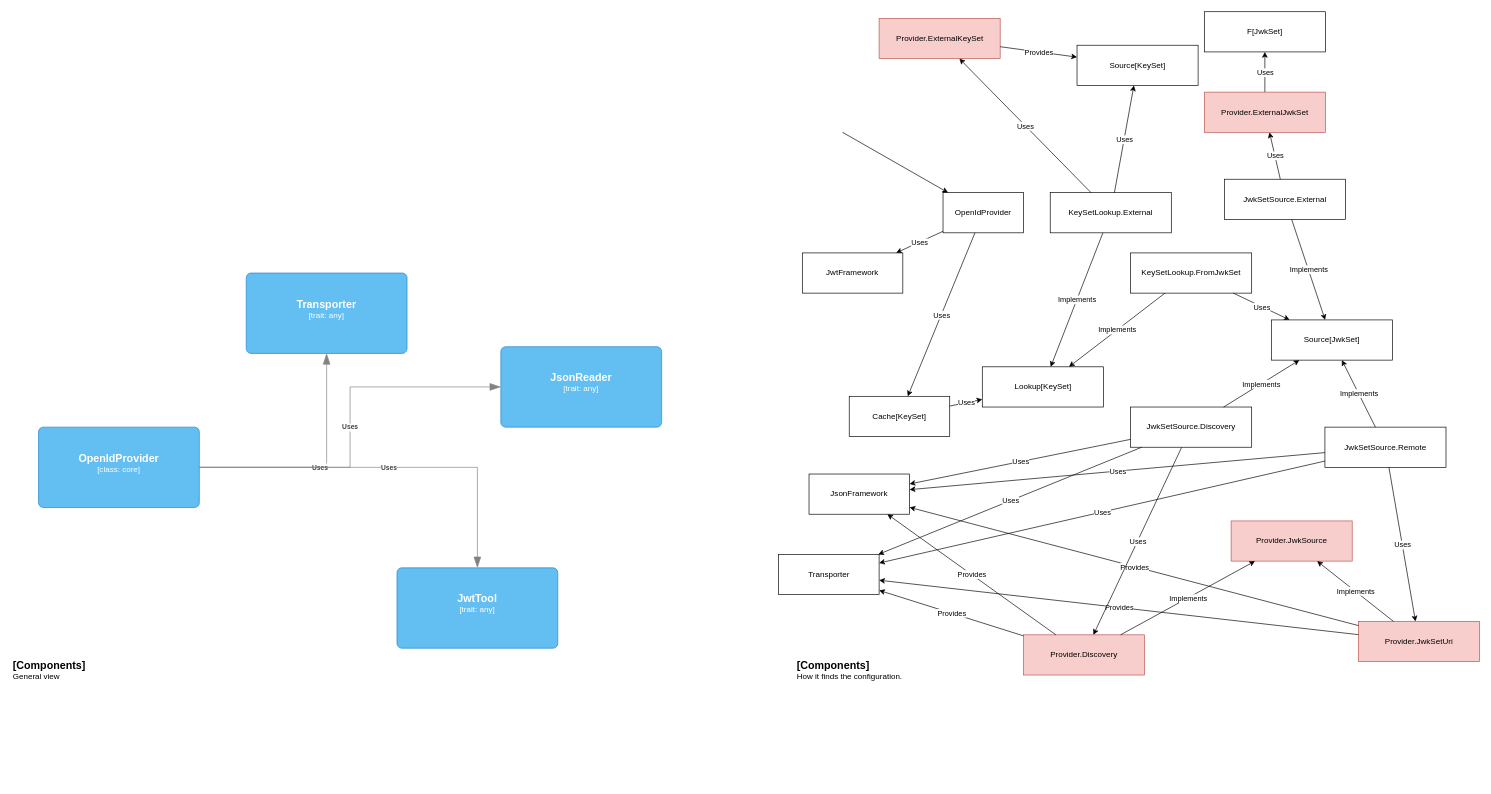
Above: doc.drawio in estrondo/moidc4s (draw.io), before the change. Source tidied: cells renumbered, new cells numbered last; positions are measured from the earlier drawing's top-left corner, leaving out a move shared by most shapes. Both pictures are drawn from the tidied source at 67%, with x=0, y=0 at pixel (11, 11).
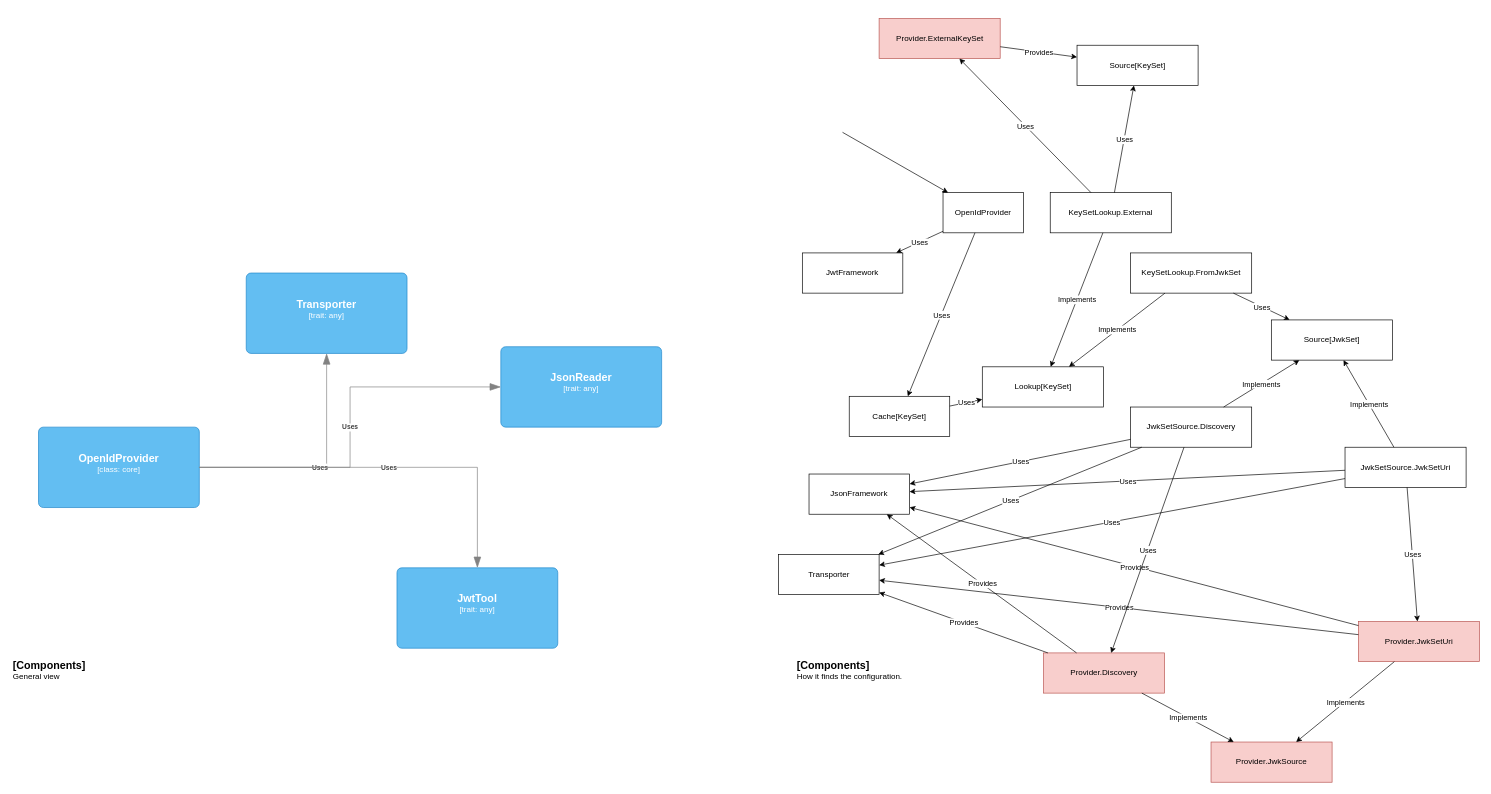
The same diagram, later.

The change refers to these unchanged cells:
```xml
<mxCell id="46" value="Source[JwkSet]" style="rounded=0;whiteSpace=wrap;html=1;" parent="1" vertex="1">
  <mxGeometry x="1880" y="460" width="180.7" height="60" as="geometry" />
</mxCell>
```

Diff of the diagram source:
```diff
@@
-    <mxCell id="25" value="JwkSetSource.External" style="rounded=0;whiteSpace=wrap;html=1;" parent="1" vertex="1">
-      <mxGeometry x="1810" y="250" width="180.7" height="60" as="geometry" />
-    </mxCell>
@@
-    <mxCell id="28" value="F[JwkSet]" style="rounded=0;whiteSpace=wrap;html=1;" parent="1" vertex="1">
-      <mxGeometry x="1780" width="180.7" height="60" as="geometry" />
-    </mxCell>
-    <mxCell id="29" style="endArrow=classic;html=1;rounded=0;" parent="1" edge="1" source="40" target="28">
-      <mxGeometry relative="1" as="geometry" />
-    </mxCell>
-    <mxCell id="30" value="Uses" style="edgeLabel;html=1;align=center;verticalAlign=middle;" parent="29" vertex="1">
-      <mxGeometry relative="1" as="geometry" />
-    </mxCell>
@@
     <mxCell id="38" value="Provider.Discovery" style="rounded=0;whiteSpace=wrap;html=1;fillColor=#f8cecc;strokeColor=#b85450;" parent="1" vertex="1">
-      <mxGeometry x="1510" y="930" width="180.7" height="60" as="geometry" />
+      <mxGeometry x="1540" y="957" width="180.7" height="60" as="geometry" />
     </mxCell>
@@
-    <mxCell id="40" value="Provider.ExternalJwkSet" style="rounded=0;whiteSpace=wrap;html=1;fillColor=#f8cecc;strokeColor=#b85450;" parent="1" vertex="1">
-      <mxGeometry x="1780" y="120" width="180.7" height="60" as="geometry" />
-    </mxCell>
-    <mxCell id="41" style="endArrow=classic;html=1;rounded=0;" parent="1" edge="1" source="25" target="40">
-      <mxGeometry relative="1" as="geometry" />
-    </mxCell>
-    <mxCell id="42" value="Uses" style="edgeLabel;html=1;align=center;verticalAlign=middle;" parent="41" vertex="1">
-      <mxGeometry relative="1" as="geometry" />
-    </mxCell>
@@
-    <mxCell id="47" style="endArrow=classic;html=1;rounded=0;" parent="1" edge="1" source="25" target="46">
-      <mxGeometry relative="1" as="geometry" />
-    </mxCell>
-    <mxCell id="48" value="Implements" style="edgeLabel;html=1;align=center;verticalAlign=middle;" parent="47" vertex="1">
-      <mxGeometry relative="1" as="geometry" />
-    </mxCell>
@@
     <mxCell id="54" value="Provider.JwkSource" style="rounded=0;whiteSpace=wrap;html=1;fillColor=#f8cecc;strokeColor=#b85450;" parent="1" vertex="1">
-      <mxGeometry x="1820" y="760" width="180.7" height="60" as="geometry" />
+      <mxGeometry x="1790" y="1090" width="180.7" height="60" as="geometry" />
     </mxCell>
@@
-    <mxCell id="74" value="JwkSetSource.Remote" style="rounded=0;whiteSpace=wrap;html=1;" parent="1" vertex="1">
-      <mxGeometry x="1960" y="620" width="180.7" height="60" as="geometry" />
+    <mxCell id="74" value="JwkSetSource.JwkSetUri" style="rounded=0;whiteSpace=wrap;html=1;" parent="1" vertex="1">
+      <mxGeometry x="1990" y="650" width="180.7" height="60" as="geometry" />
     </mxCell>
```
